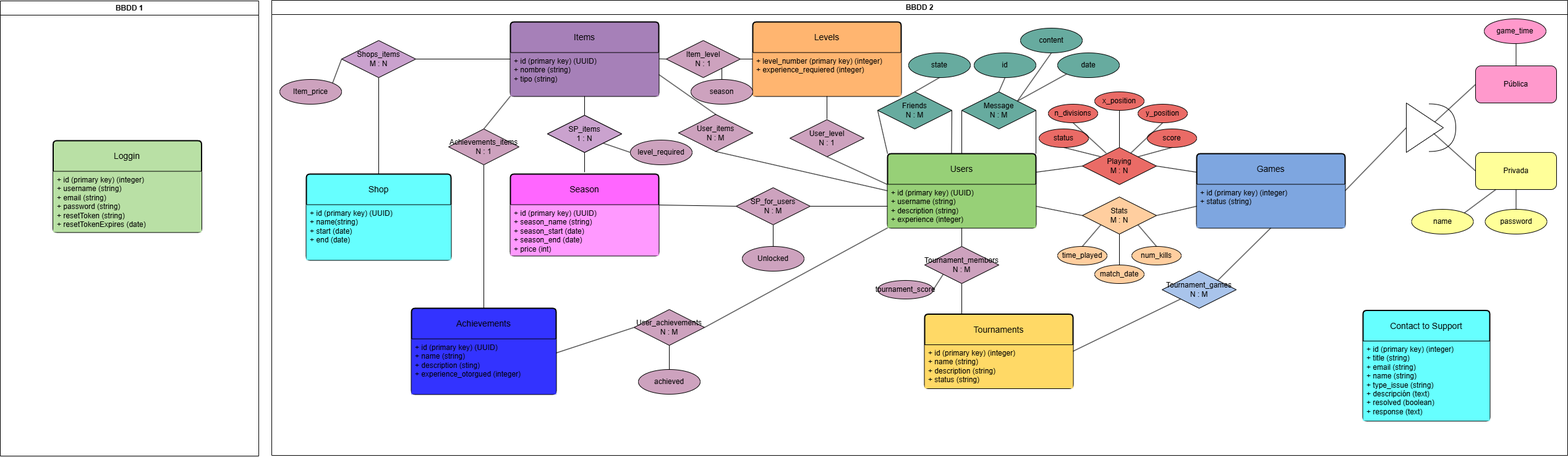
Earlier version of the draw.io export BBDD-proyecto-software.drawio.png (seergiioo2311/backend). Source tidied: cells renumbered, new cells last; positions are measured from the earlier drawing's top-left corner, leaving out a move shared by most shapes.
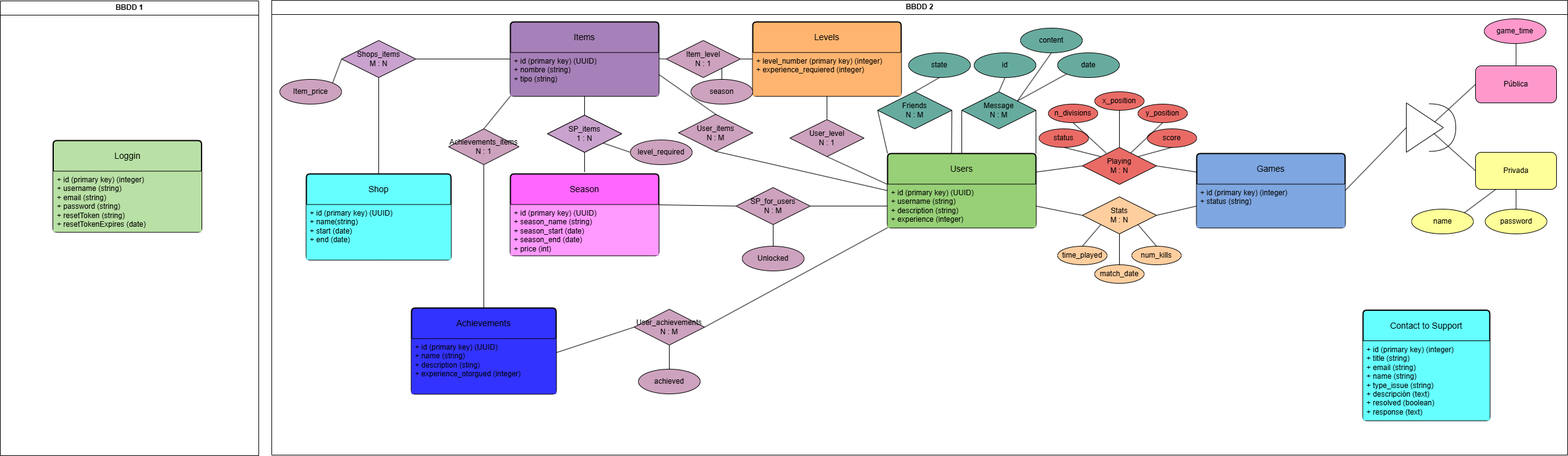
Above is the later version.

Diff of the diagram source:
```diff
@@ -20,27 +20,12 @@
     <mxCell id="7" value="&lt;div&gt;+ id (primary key) (UUID)&lt;/div&gt;+ username (string)&lt;div&gt;+ description (string&lt;span style=&quot;background-color: transparent; color: light-dark(rgb(0, 0, 0), rgb(255, 255, 255));&quot;&gt;)&lt;/span&gt;&lt;/div&gt;&lt;div&gt;+ experience (integer)&lt;/div&gt;" style="align=left;strokeColor=none;fillColor=light-dark(#97D077,var(--ge-dark-color, #121212));spacingLeft=4;fontSize=12;verticalAlign=top;html=1;" parent="6" vertex="1">
       <mxGeometry y="50" width="240" height="70" as="geometry" />
     </mxCell>
-    <mxCell id="8" value="Tournaments" style="swimlane;horizontal=1;startSize=50;rounded=1;fontSize=14;fontStyle=0;strokeWidth=2;shadow=0;dashed=0;align=center;arcSize=4;whiteSpace=wrap;html=1;fillColor=light-dark(#FFD966,var(--ge-dark-color, #121212));" parent="2" vertex="1">
-      <mxGeometry x="1056" y="507.5" width="240" height="120" as="geometry" />
-    </mxCell>
-    <mxCell id="9" value="+ id (primary key) (integer)&lt;div&gt;+ name (string)&lt;/div&gt;&lt;div&gt;+ description (string)&lt;/div&gt;&lt;div&gt;+ status (string&lt;span style=&quot;background-color: transparent; color: light-dark(rgb(0, 0, 0), rgb(255, 255, 255));&quot;&gt;)&lt;/span&gt;&lt;/div&gt;" style="align=left;strokeColor=none;fillColor=light-dark(#FFD966,var(--ge-dark-color, #121212));spacingLeft=4;fontSize=12;verticalAlign=top;html=1;" parent="8" vertex="1">
-      <mxGeometry y="50" width="240" height="70" as="geometry" />
-    </mxCell>
     <mxCell id="10" value="Games" style="swimlane;horizontal=1;startSize=50;rounded=1;fontSize=14;fontStyle=0;strokeWidth=2;shadow=0;dashed=0;align=center;arcSize=4;whiteSpace=wrap;html=1;fillColor=light-dark(#7EA6E0,var(--ge-dark-color, #121212));" parent="2" vertex="1">
       <mxGeometry x="1496" y="248" width="240" height="120" as="geometry" />
     </mxCell>
     <mxCell id="11" value="+ id (primary key) (integer)&lt;div&gt;+ status (string)&lt;/div&gt;" style="align=left;strokeColor=none;fillColor=light-dark(#7EA6E0,var(--ge-dark-color, #121212));spacingLeft=4;fontSize=12;verticalAlign=top;html=1;" parent="10" vertex="1">
       <mxGeometry y="50" width="240" height="70" as="geometry" />
     </mxCell>
-    <mxCell id="12" value="Tournament_members&lt;div&gt;N : M&lt;/div&gt;" style="shape=rhombus;perimeter=rhombusPerimeter;whiteSpace=wrap;html=1;align=center;fillColor=light-dark(#CDA2BE,var(--ge-dark-color, #121212));" parent="2" vertex="1">
-      <mxGeometry x="1056" y="398" width="120" height="60" as="geometry" />
-    </mxCell>
-    <mxCell id="13" style="endArrow=none;html=1;rounded=0;exitX=0.5;exitY=1;exitDx=0;exitDy=0;entryX=0.5;entryY=0;entryDx=0;entryDy=0;" parent="2" edge="1" source="6" target="12">
-      <mxGeometry relative="1" as="geometry" />
-    </mxCell>
-    <mxCell id="14" style="endArrow=none;html=1;rounded=0;exitX=0.25;exitY=0;exitDx=0;exitDy=0;entryX=0.5;entryY=1;entryDx=0;entryDy=0;" parent="2" edge="1" source="8" target="12">
-      <mxGeometry relative="1" as="geometry" />
-    </mxCell>
     <mxCell id="15" value="Playing&lt;div&gt;M : N&lt;/div&gt;" style="shape=rhombus;perimeter=rhombusPerimeter;whiteSpace=wrap;html=1;align=center;fillColor=light-dark(#EA6B66,var(--ge-dark-color, #121212));" parent="2" vertex="1">
       <mxGeometry x="1311" y="238" width="120" height="60" as="geometry" />
     </mxCell>
@@ -116,18 +101,6 @@
     <mxCell id="39" style="endArrow=none;html=1;rounded=0;exitX=0.652;exitY=0.153;exitDx=0;exitDy=0;exitPerimeter=0;entryX=0.5;entryY=1;entryDx=0;entryDy=0;" parent="2" edge="1" source="15" target="38">
       <mxGeometry relative="1" as="geometry" />
     </mxCell>
-    <mxCell id="40" value="Tournament_games&lt;div&gt;N : M&lt;/div&gt;" style="shape=rhombus;perimeter=rhombusPerimeter;whiteSpace=wrap;html=1;align=center;fillColor=light-dark(#A9C4EB,var(--ge-dark-color, #121212));" parent="2" vertex="1">
-      <mxGeometry x="1440" y="438" width="120" height="60" as="geometry" />
-    </mxCell>
-    <mxCell id="41" style="endArrow=none;html=1;rounded=0;exitX=1;exitY=0.5;exitDx=0;exitDy=0;entryX=0;entryY=1;entryDx=0;entryDy=0;" parent="2" edge="1" source="8" target="40">
-      <mxGeometry relative="1" as="geometry" />
-    </mxCell>
-    <mxCell id="42" style="endArrow=none;html=1;rounded=0;entryX=0.5;entryY=1;entryDx=0;entryDy=0;exitX=1;exitY=0;exitDx=0;exitDy=0;" parent="2" edge="1" source="40" target="11">
-      <mxGeometry relative="1" as="geometry" />
-    </mxCell>
-    <mxCell id="43" style="endArrow=none;html=1;rounded=0;exitX=1;exitY=0.5;exitDx=0;exitDy=0;entryX=0;entryY=1;entryDx=0;entryDy=0;" parent="2" edge="1" source="96" target="12">
-      <mxGeometry relative="1" as="geometry" />
-    </mxCell>
     <mxCell id="44" style="triangle;whiteSpace=wrap;html=1;" parent="2" vertex="1">
       <mxGeometry x="1835" y="166" width="60" height="80" as="geometry" />
     </mxCell>
@@ -294,9 +267,6 @@
     <mxCell id="95" style="endArrow=none;html=1;rounded=0;exitX=0.5;exitY=0;exitDx=0;exitDy=0;entryX=1;entryY=0.5;entryDx=0;entryDy=0;" parent="2" edge="1" source="93" target="57">
       <mxGeometry relative="1" as="geometry" />
     </mxCell>
-    <mxCell id="96" value="tournament_score" style="ellipse;whiteSpace=wrap;html=1;align=center;fillColor=light-dark(#CDA2BE,var(--ge-dark-color, #121212));" parent="2" vertex="1">
-      <mxGeometry x="980" y="453" width="90" height="30" as="geometry" />
-    </mxCell>
     <mxCell id="97" value="Message&lt;div&gt;N : M&lt;/div&gt;" style="shape=rhombus;perimeter=rhombusPerimeter;whiteSpace=wrap;html=1;align=center;fillColor=light-dark(#67AB9F,var(--ge-dark-color, #121212));" parent="2" vertex="1">
       <mxGeometry x="1116" y="148" width="120" height="60" as="geometry" />
     </mxCell>
```
